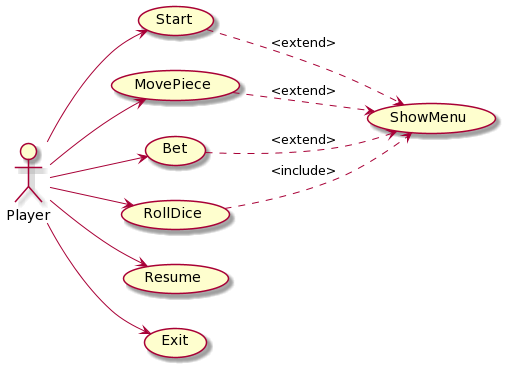
The PlantUML diagram rup/usecase/use_cases.png in USantaTecla-game-backgammon/backgammon, before a commit.
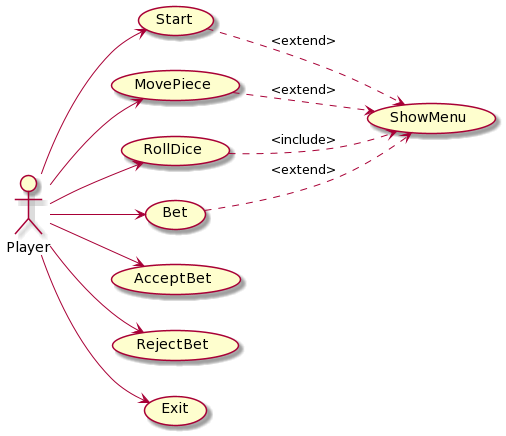
The same diagram one commit later.

Commit message:
Change use cases and specifications

What changed in the source:
```diff
@@ -5,9 +5,10 @@
 
 usecase Start
 usecase MovePiece
+usecase RollDice
 usecase Bet
-usecase RollDice
-usecase Resume
+usecase AcceptBet
+usecase RejectBet
 usecase Exit
 
 usecase ShowMenu
@@ -18,8 +19,9 @@
 MovePiece ..> ShowMenu : <extend>
 Player --> Bet
 Bet ..> ShowMenu : <extend>
+RollDice ..> ShowMenu : <include>
+Player --> AcceptBet
+Player --> RejectBet
 Player --> RollDice
-RollDice ..> ShowMenu : <include>
-Player --> Resume
 Player --> Exit
 @enduml
```
